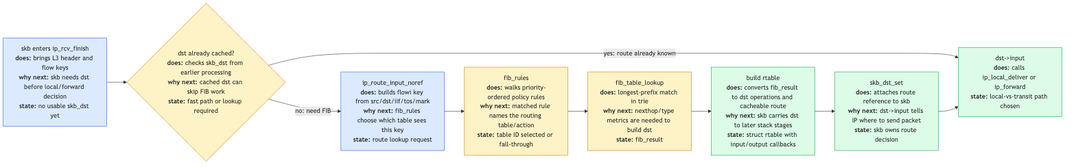
Earlier version of the Mermaid export linux-net/src/diagrams/day08_route_lookup.png (biefy/books). Its source is kept beside it as linux-net/src/diagrams/src/day08_route_lookup.mmd. Source of this version:
```mermaid
flowchart LR
    Pkt["skb enters ip_rcv_finish<br/><b>does:</b> brings L3 header and flow keys<br/><b>why next:</b> skb needs dst before local/forward decision<br/><b>state:</b> no usable skb_dst yet"]
    Cache{"dst already cached?<br/><b>does:</b> checks skb_dst from earlier processing<br/><b>why next:</b> cached dst can skip FIB work<br/><b>state:</b> fast path or lookup required"}
    Lookup["ip_route_input_noref<br/><b>does:</b> builds flowi key from src/dst/iif/tos/mark<br/><b>why next:</b> fib_rules choose which table sees this key<br/><b>state:</b> route lookup request"]
    Rules["fib_rules<br/><b>does:</b> walks priority-ordered policy rules<br/><b>why next:</b> matched rule names the routing table/action<br/><b>state:</b> table ID selected or fall-through"]
    Table["fib_table_lookup<br/><b>does:</b> longest-prefix match in trie<br/><b>why next:</b> nexthop/type metrics are needed to build dst<br/><b>state:</b> fib_result"]
    Rtable["build rtable<br/><b>does:</b> converts fib_result to dst operations and cacheable route<br/><b>why next:</b> skb carries dst to later stack stages<br/><b>state:</b> struct rtable with input/output callbacks"]
    Set["skb_dst_set<br/><b>does:</b> attaches route reference to skb<br/><b>why next:</b> dst->input tells IP where to send packet<br/><b>state:</b> skb owns route decision"]
    Input["dst->input<br/><b>does:</b> calls ip_local_deliver or ip_forward<br/><b>state:</b> local-vs-transit path chosen"]

    Pkt --> Cache
    Cache -->|yes: route already known| Input
    Cache -->|no: need FIB| Lookup --> Rules --> Table --> Rtable --> Set --> Input

    classDef key fill:#dbeafe,stroke:#2563eb
    classDef decision fill:#fef3c7,stroke:#d97706
    classDef out fill:#dcfce7,stroke:#16a34a
    class Pkt,Lookup key
    class Cache,Rules,Table decision
    class Rtable,Set,Input out
```
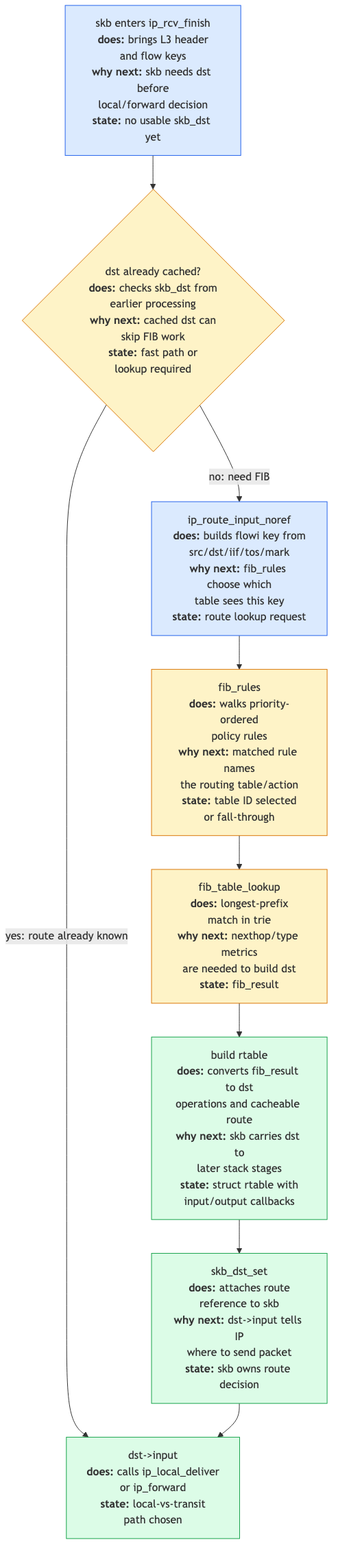
The same file after the commit.

Diff of the diagram source:
```diff
@@ -1,12 +1,12 @@
-flowchart LR
-    Pkt["skb enters ip_rcv_finish<br/><b>does:</b> brings L3 header and flow keys<br/><b>why next:</b> skb needs dst before local/forward decision<br/><b>state:</b> no usable skb_dst yet"]
-    Cache{"dst already cached?<br/><b>does:</b> checks skb_dst from earlier processing<br/><b>why next:</b> cached dst can skip FIB work<br/><b>state:</b> fast path or lookup required"}
-    Lookup["ip_route_input_noref<br/><b>does:</b> builds flowi key from src/dst/iif/tos/mark<br/><b>why next:</b> fib_rules choose which table sees this key<br/><b>state:</b> route lookup request"]
-    Rules["fib_rules<br/><b>does:</b> walks priority-ordered policy rules<br/><b>why next:</b> matched rule names the routing table/action<br/><b>state:</b> table ID selected or fall-through"]
-    Table["fib_table_lookup<br/><b>does:</b> longest-prefix match in trie<br/><b>why next:</b> nexthop/type metrics are needed to build dst<br/><b>state:</b> fib_result"]
-    Rtable["build rtable<br/><b>does:</b> converts fib_result to dst operations and cacheable route<br/><b>why next:</b> skb carries dst to later stack stages<br/><b>state:</b> struct rtable with input/output callbacks"]
-    Set["skb_dst_set<br/><b>does:</b> attaches route reference to skb<br/><b>why next:</b> dst->input tells IP where to send packet<br/><b>state:</b> skb owns route decision"]
-    Input["dst->input<br/><b>does:</b> calls ip_local_deliver or ip_forward<br/><b>state:</b> local-vs-transit path chosen"]
+flowchart TD
+    Pkt["skb enters ip_rcv_finish<br/><b>does:</b> brings L3 header<br/>and flow keys<br/><b>why next:</b> skb needs dst before<br/>local/forward decision<br/><b>state:</b> no usable skb_dst yet"]
+    Cache{"dst already cached?<br/><b>does:</b> checks skb_dst from<br/>earlier processing<br/><b>why next:</b> cached dst can<br/>skip FIB work<br/><b>state:</b> fast path or<br/>lookup required"}
+    Lookup["ip_route_input_noref<br/><b>does:</b> builds flowi key from<br/>src/dst/iif/tos/mark<br/><b>why next:</b> fib_rules choose which<br/>table sees this key<br/><b>state:</b> route lookup request"]
+    Rules["fib_rules<br/><b>does:</b> walks priority-ordered<br/>policy rules<br/><b>why next:</b> matched rule names<br/>the routing table/action<br/><b>state:</b> table ID selected<br/>or fall-through"]
+    Table["fib_table_lookup<br/><b>does:</b> longest-prefix<br/>match in trie<br/><b>why next:</b> nexthop/type metrics<br/>are needed to build dst<br/><b>state:</b> fib_result"]
+    Rtable["build rtable<br/><b>does:</b> converts fib_result to dst<br/>operations and cacheable route<br/><b>why next:</b> skb carries dst to<br/>later stack stages<br/><b>state:</b> struct rtable with<br/>input/output callbacks"]
+    Set["skb_dst_set<br/><b>does:</b> attaches route<br/>reference to skb<br/><b>why next:</b> dst->input tells IP<br/>where to send packet<br/><b>state:</b> skb owns route decision"]
+    Input["dst->input<br/><b>does:</b> calls ip_local_deliver<br/>or ip_forward<br/><b>state:</b> local-vs-transit<br/>path chosen"]
 
     Pkt --> Cache
     Cache -->|yes: route already known| Input
```
